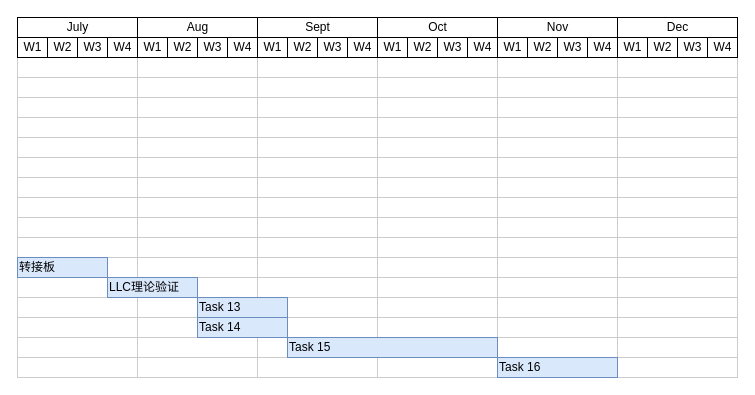
godmid/pic-for-cdn keeps this draw.io diagram as 肯特图1.drawio. Above is the earlier version. Source tidied: cells renumbered, new cells numbered last; positions are measured from the earlier drawing's top-left corner, leaving out a move shared by most shapes. Both pictures are drawn from the tidied source at 100%, with x=0, y=0 at pixel (17, 17).
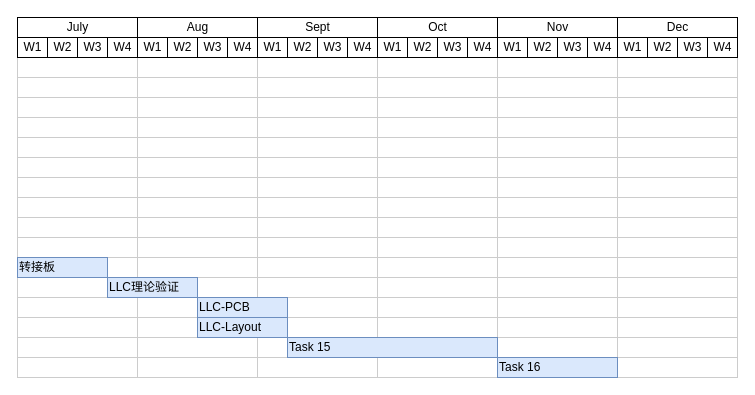
The same diagram, later.

Commit message (it also covers changes not shown here):
更新肯特图1.drawio

Change to the diagram source:
```diff
@@
-    <mxCell id="130" value="Task 13" style="align=left;strokeColor=#6c8ebf;html=1;fillColor=#dae8fc;" parent="1" vertex="1">
+    <mxCell id="130" value="LLC-PCB" style="align=left;strokeColor=#6c8ebf;html=1;fillColor=#dae8fc;" parent="1" vertex="1">
       <mxGeometry x="180" y="280" width="90" height="20" as="geometry" />
     </mxCell>
-    <mxCell id="131" value="Task 14" style="align=left;strokeColor=#6c8ebf;html=1;fillColor=#dae8fc;" parent="1" vertex="1">
+    <mxCell id="131" value="LLC-Layout" style="align=left;strokeColor=#6c8ebf;html=1;fillColor=#dae8fc;" parent="1" vertex="1">
       <mxGeometry x="180" y="300" width="90" height="20" as="geometry" />
     </mxCell>
```
